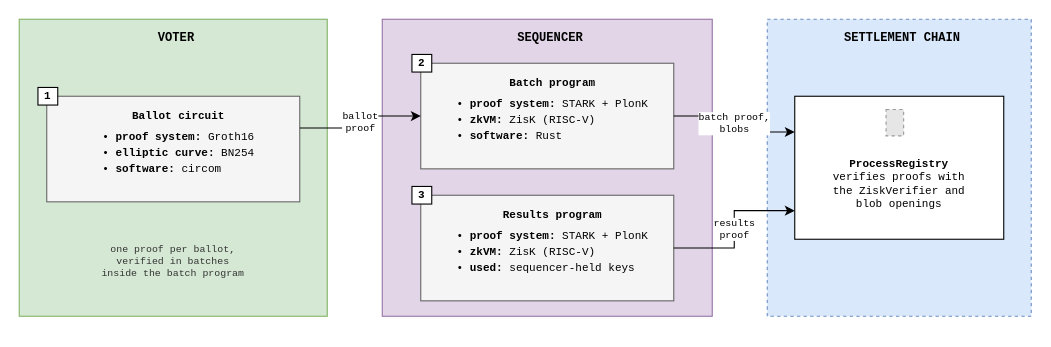
The draw.io diagram v2/figures/circuits-flow.drawio in vocdoni/davinci-paper, before the edit. Source tidied: cells renumbered, new cells numbered last; positions are measured from the earlier drawing's top-left corner, leaving out a move shared by most shapes. Both pictures are drawn from the tidied source at 110%, with x=0, y=0 at pixel (19, 19). Pictures stored in the file or linked from it are replaced by grey dashed boxes.
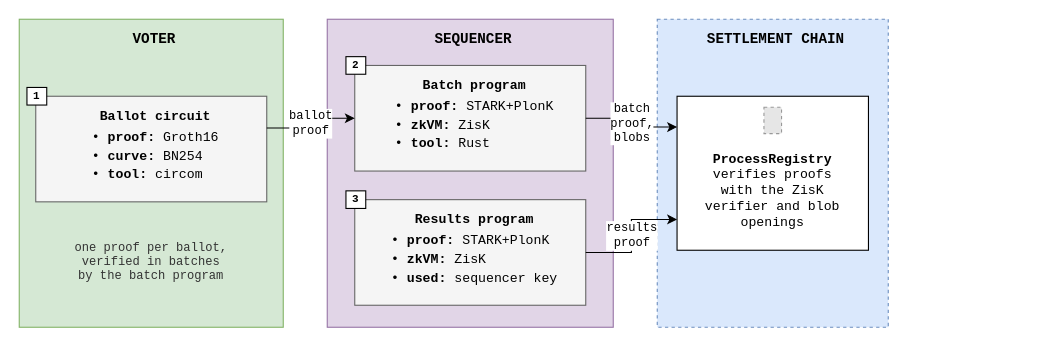
Above is the later version.

Change to the diagram source:
```diff
@@
 <mxGraphModel>
   <root>
     <mxCell id="0" />
     <mxCell id="1" parent="0" />
-    <mxCell id="2" value="VOTER" style="rounded=0;whiteSpace=wrap;html=1;fontSize=11;fillColor=#d5e8d4;strokeColor=#82b366;fontFamily=Courier New;verticalAlign=top;align=center;spacingTop=4;spacingLeft=6;fontStyle=1;" parent="1" vertex="1">
-      <mxGeometry width="280" height="270" as="geometry" />
+    <mxCell id="2" value="VOTER" style="rounded=0;whiteSpace=wrap;html=1;fontSize=13;fillColor=#d5e8d4;strokeColor=#82b366;fontFamily=Courier New;verticalAlign=top;align=center;spacingTop=4;spacingLeft=6;fontStyle=1;" parent="1" vertex="1">
+      <mxGeometry width="240" height="280" as="geometry" />
     </mxCell>
-    <mxCell id="3" value="SEQUENCER" style="rounded=0;whiteSpace=wrap;html=1;fontSize=11;fillColor=#e1d5e7;strokeColor=#9673a6;fontFamily=Courier New;verticalAlign=top;align=center;spacingTop=4;spacingLeft=6;fontStyle=1;" parent="1" vertex="1">
-      <mxGeometry x="330" width="300" height="270" as="geometry" />
+    <mxCell id="3" value="SEQUENCER" style="rounded=0;whiteSpace=wrap;html=1;fontSize=13;fillColor=#e1d5e7;strokeColor=#9673a6;fontFamily=Courier New;verticalAlign=top;align=center;spacingTop=4;spacingLeft=6;fontStyle=1;" parent="1" vertex="1">
+      <mxGeometry x="280" width="260" height="280" as="geometry" />
     </mxCell>
-    <mxCell id="4" value="SETTLEMENT CHAIN" style="rounded=0;whiteSpace=wrap;html=1;fontSize=11;fillColor=#dae8fc;strokeColor=#6c8ebf;fontFamily=Courier New;verticalAlign=top;align=center;spacingTop=4;spacingLeft=6;fontStyle=1;dashed=1;" parent="1" vertex="1">
-      <mxGeometry x="680" width="240" height="270" as="geometry" />
+    <mxCell id="4" value="SETTLEMENT CHAIN" style="rounded=0;whiteSpace=wrap;html=1;fontSize=13;fillColor=#dae8fc;strokeColor=#6c8ebf;fontFamily=Courier New;verticalAlign=top;align=center;spacingTop=4;spacingLeft=6;fontStyle=1;dashed=1;" parent="1" vertex="1">
+      <mxGeometry x="580" width="210" height="280" as="geometry" />
     </mxCell>
-    <mxCell id="5" value="&lt;b&gt;Ballot circuit&lt;/b&gt;&lt;br&gt;&lt;div style='text-align:left;margin-top:6px;line-height:1.45'&gt;&amp;bull; &lt;b&gt;proof system:&lt;/b&gt; Groth16&lt;br&gt;&amp;bull; &lt;b&gt;elliptic curve:&lt;/b&gt; BN254&lt;br&gt;&amp;bull; &lt;b&gt;software:&lt;/b&gt; circom&lt;/div&gt;" style="rounded=0;whiteSpace=wrap;html=1;fontSize=10;fillColor=#f5f5f5;strokeColor=#666666;fontFamily=Courier New;align=center;verticalAlign=top;spacingTop=6;spacingLeft=10;" parent="1" vertex="1">
-      <mxGeometry x="25" y="70" width="230" height="96" as="geometry" />
+    <mxCell id="5" value="&lt;b&gt;Ballot circuit&lt;/b&gt;&lt;br&gt;&lt;div style='text-align:left;margin-top:4px;line-height:1.4'&gt;&amp;bull; &lt;b&gt;proof:&lt;/b&gt; Groth16&lt;br&gt;&amp;bull; &lt;b&gt;curve:&lt;/b&gt; BN254&lt;br&gt;&amp;bull; &lt;b&gt;tool:&lt;/b&gt; circom&lt;/div&gt;" style="rounded=0;whiteSpace=wrap;html=1;fontSize=12;fillColor=#f5f5f5;strokeColor=#666666;fontFamily=Courier New;align=center;verticalAlign=top;spacingTop=5;spacingLeft=8;" parent="1" vertex="1">
+      <mxGeometry x="15" y="70" width="210" height="96" as="geometry" />
     </mxCell>
     <mxCell id="6" value="1" style="rounded=0;whiteSpace=wrap;html=1;fontSize=10;fillColor=#ffffff;strokeColor=#000000;fontStyle=1;fontFamily=Courier New;" parent="1" vertex="1">
-      <mxGeometry x="17" y="62" width="18" height="16" as="geometry" />
+      <mxGeometry x="7" y="62" width="18" height="16" as="geometry" />
     </mxCell>
-    <mxCell id="7" value="&lt;b&gt;Batch program&lt;/b&gt;&lt;br&gt;&lt;div style='text-align:left;margin-top:6px;line-height:1.45'&gt;&amp;bull; &lt;b&gt;proof system:&lt;/b&gt; STARK + PlonK&lt;br&gt;&amp;bull; &lt;b&gt;zkVM:&lt;/b&gt; ZisK (RISC-V)&lt;br&gt;&amp;bull; &lt;b&gt;software:&lt;/b&gt; Rust&lt;/div&gt;" style="rounded=0;whiteSpace=wrap;html=1;fontSize=10;fillColor=#f5f5f5;strokeColor=#666666;fontFamily=Courier New;align=center;verticalAlign=top;spacingTop=6;spacingLeft=10;" parent="1" vertex="1">
-      <mxGeometry x="365" y="40" width="230" height="96" as="geometry" />
+    <mxCell id="7" value="&lt;b&gt;Batch program&lt;/b&gt;&lt;br&gt;&lt;div style='text-align:left;margin-top:4px;line-height:1.4'&gt;&amp;bull; &lt;b&gt;proof:&lt;/b&gt; STARK+PlonK&lt;br&gt;&amp;bull; &lt;b&gt;zkVM:&lt;/b&gt; ZisK&lt;br&gt;&amp;bull; &lt;b&gt;tool:&lt;/b&gt; Rust&lt;/div&gt;" style="rounded=0;whiteSpace=wrap;html=1;fontSize=12;fillColor=#f5f5f5;strokeColor=#666666;fontFamily=Courier New;align=center;verticalAlign=top;spacingTop=5;spacingLeft=8;" parent="1" vertex="1">
+      <mxGeometry x="305" y="42" width="210" height="96" as="geometry" />
     </mxCell>
     <mxCell id="8" value="2" style="rounded=0;whiteSpace=wrap;html=1;fontSize=10;fillColor=#ffffff;strokeColor=#000000;fontStyle=1;fontFamily=Courier New;" parent="1" vertex="1">
-      <mxGeometry x="357" y="32" width="18" height="16" as="geometry" />
+      <mxGeometry x="297" y="34" width="18" height="16" as="geometry" />
     </mxCell>
-    <mxCell id="9" value="&lt;b&gt;Results program&lt;/b&gt;&lt;br&gt;&lt;div style='text-align:left;margin-top:6px;line-height:1.45'&gt;&amp;bull; &lt;b&gt;proof system:&lt;/b&gt; STARK + PlonK&lt;br&gt;&amp;bull; &lt;b&gt;zkVM:&lt;/b&gt; ZisK (RISC-V)&lt;br&gt;&amp;bull; &lt;b&gt;used:&lt;/b&gt; sequencer-held keys&lt;/div&gt;" style="rounded=0;whiteSpace=wrap;html=1;fontSize=10;fillColor=#f5f5f5;strokeColor=#666666;fontFamily=Courier New;align=center;verticalAlign=top;spacingTop=6;spacingLeft=10;" parent="1" vertex="1">
-      <mxGeometry x="365" y="160" width="230" height="96" as="geometry" />
+    <mxCell id="9" value="&lt;b&gt;Results program&lt;/b&gt;&lt;br&gt;&lt;div style='text-align:left;margin-top:4px;line-height:1.4'&gt;&amp;bull; &lt;b&gt;proof:&lt;/b&gt; STARK+PlonK&lt;br&gt;&amp;bull; &lt;b&gt;zkVM:&lt;/b&gt; ZisK&lt;br&gt;&amp;bull; &lt;b&gt;used:&lt;/b&gt; sequencer key&lt;/div&gt;" style="rounded=0;whiteSpace=wrap;html=1;fontSize=12;fillColor=#f5f5f5;strokeColor=#666666;fontFamily=Courier New;align=center;verticalAlign=top;spacingTop=5;spacingLeft=8;" parent="1" vertex="1">
+      <mxGeometry x="305" y="164" width="210" height="96" as="geometry" />
     </mxCell>
     <mxCell id="10" value="3" style="rounded=0;whiteSpace=wrap;html=1;fontSize=10;fillColor=#ffffff;strokeColor=#000000;fontStyle=1;fontFamily=Courier New;" parent="1" vertex="1">
-      <mxGeometry x="357" y="152" width="18" height="16" as="geometry" />
+      <mxGeometry x="297" y="156" width="18" height="16" as="geometry" />
     </mxCell>
     <mxCell id="11" style="rounded=0;whiteSpace=wrap;html=1;fontSize=11;fillColor=#ffffff;strokeColor=#000000;fontFamily=Courier New;align=center;verticalAlign=middle;" parent="1" vertex="1">
-      <mxGeometry x="705" y="70" width="190" height="130" as="geometry" />
+      <mxGeometry x="598" y="70" width="174" height="140" as="geometry" />
     </mxCell>
     <mxCell id="12" style="fillColor=#E6E6E6;strokeColor=#999999;dashed=1;html=1;verticalLabelPosition=bottom;verticalAlign=top;labelBackgroundColor=none;fontSize=11;fontFamily=Courier New;" parent="1" vertex="1">
-      <mxGeometry x="788" y="82" width="16" height="24" as="geometry" />
+      <mxGeometry x="677" y="80" width="16" height="24" as="geometry" />
     </mxCell>
-    <mxCell id="13" value="&lt;b&gt;ProcessRegistry&lt;/b&gt;&lt;br&gt;verifies proofs with&lt;br&gt;the ZiskVerifier and&lt;br&gt;blob openings" style="text;html=1;whiteSpace=wrap;fontSize=10;fontFamily=Courier New;align=center;verticalAlign=middle;fontColor=#000000;" parent="1" vertex="1">
-      <mxGeometry x="705" y="110" width="190" height="80" as="geometry" />
+    <mxCell id="13" value="&lt;b&gt;ProcessRegistry&lt;/b&gt;&lt;br&gt;verifies proofs&lt;br&gt;with the ZisK&lt;br&gt;verifier and blob&lt;br&gt;openings" style="text;html=1;whiteSpace=wrap;fontSize=12;fontFamily=Courier New;align=center;verticalAlign=middle;fontColor=#000000;" parent="1" vertex="1">
+      <mxGeometry x="598" y="106" width="174" height="100" as="geometry" />
     </mxCell>
-    <mxCell id="14" value="ballot&lt;br&gt;proof" style="edgeStyle=orthogonalEdgeStyle;rounded=0;html=1;endArrow=classic;startArrow=none;endSize=6;startSize=6;fontSize=9;fontFamily=Courier New;strokeColor=#000000;strokeWidth=1;labelBackgroundColor=#ffffff;exitX=1;exitY=0.3;exitDx=0;exitDy=0;entryX=0;entryY=0.5;entryDx=0;entryDy=0;" parent="1" edge="1" source="5" target="7">
+    <mxCell id="14" value="ballot&lt;br&gt;proof" style="edgeStyle=orthogonalEdgeStyle;rounded=0;html=1;endArrow=classic;startArrow=none;endSize=6;startSize=6;fontSize=11;fontFamily=Courier New;strokeColor=#000000;strokeWidth=1;labelBackgroundColor=#ffffff;exitX=1;exitY=0.3;exitDx=0;exitDy=0;entryX=0;entryY=0.5;entryDx=0;entryDy=0;" parent="1" edge="1" source="5" target="7">
       <mxGeometry relative="1" as="geometry" />
     </mxCell>
-    <mxCell id="15" value="batch proof,&lt;br&gt;blobs" style="edgeStyle=orthogonalEdgeStyle;rounded=0;html=1;endArrow=classic;startArrow=none;endSize=6;startSize=6;fontSize=9;fontFamily=Courier New;strokeColor=#000000;strokeWidth=1;labelBackgroundColor=#ffffff;exitX=1;exitY=0.5;exitDx=0;exitDy=0;entryX=0;entryY=0.25;entryDx=0;entryDy=0;" parent="1" edge="1" source="7" target="11">
+    <mxCell id="15" value="batch&lt;br&gt;proof,&lt;br&gt;blobs" style="edgeStyle=orthogonalEdgeStyle;rounded=0;html=1;endArrow=classic;startArrow=none;endSize=6;startSize=6;fontSize=11;fontFamily=Courier New;strokeColor=#000000;strokeWidth=1;labelBackgroundColor=#ffffff;exitX=1;exitY=0.5;exitDx=0;exitDy=0;entryX=0;entryY=0.2;entryDx=0;entryDy=0;" parent="1" edge="1" source="7" target="11">
       <mxGeometry relative="1" as="geometry" />
     </mxCell>
-    <mxCell id="16" value="results&lt;br&gt;proof" style="edgeStyle=orthogonalEdgeStyle;rounded=0;html=1;endArrow=classic;startArrow=none;endSize=6;startSize=6;fontSize=9;fontFamily=Courier New;strokeColor=#000000;strokeWidth=1;labelBackgroundColor=#ffffff;exitX=1;exitY=0.5;exitDx=0;exitDy=0;entryX=0;entryY=0.8;entryDx=0;entryDy=0;" parent="1" edge="1" source="9" target="11">
+    <mxCell id="16" value="results&lt;br&gt;proof" style="edgeStyle=orthogonalEdgeStyle;rounded=0;html=1;endArrow=classic;startArrow=none;endSize=6;startSize=6;fontSize=11;fontFamily=Courier New;strokeColor=#000000;strokeWidth=1;labelBackgroundColor=#ffffff;exitX=1;exitY=0.5;exitDx=0;exitDy=0;entryX=0;entryY=0.8;entryDx=0;entryDy=0;" parent="1" edge="1" source="9" target="11">
       <mxGeometry relative="1" as="geometry" />
     </mxCell>
-    <mxCell id="17" value="one proof per ballot,&lt;br&gt;verified in batches&lt;br&gt;inside the batch program" style="text;html=1;whiteSpace=wrap;fontSize=9;fontFamily=Courier New;align=center;verticalAlign=middle;fontColor=#333333;" parent="1" vertex="1">
-      <mxGeometry x="25" y="186" width="230" height="70" as="geometry" />
+    <mxCell id="17" value="one proof per ballot,&lt;br&gt;verified in batches&lt;br&gt;by the batch program" style="text;html=1;whiteSpace=wrap;fontSize=11;fontFamily=Courier New;align=center;verticalAlign=middle;fontColor=#333333;" parent="1" vertex="1">
+      <mxGeometry x="15" y="186" width="210" height="70" as="geometry" />
     </mxCell>
   </root>
 </mxGraphModel>
```
